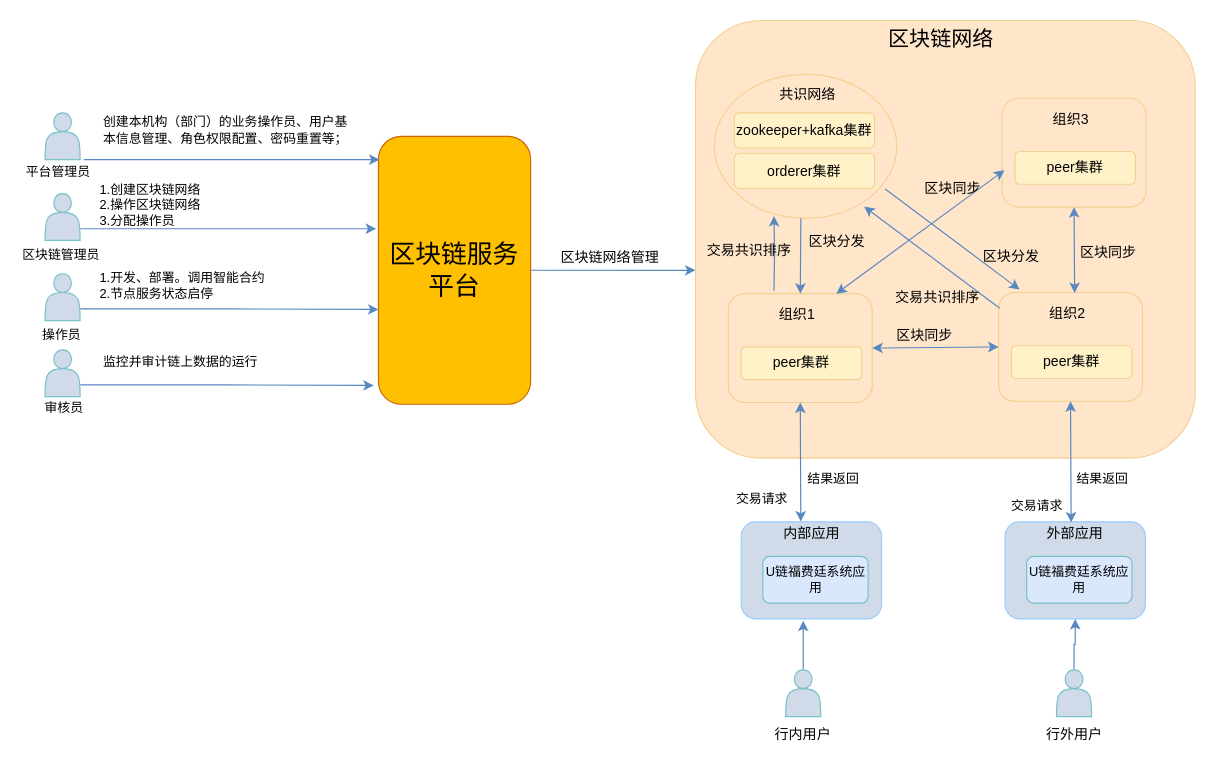
This is repository/drawio/postb/系统上下文.drawio from dilide/collections, a draw.io file, before an edit. Source tidied: cells renumbered, new cells numbered last; positions are measured from the earlier drawing's top-left corner, leaving out a move shared by most shapes. Both pictures are drawn from the tidied source at 117%, with x=0, y=0 at pixel (20, 20).
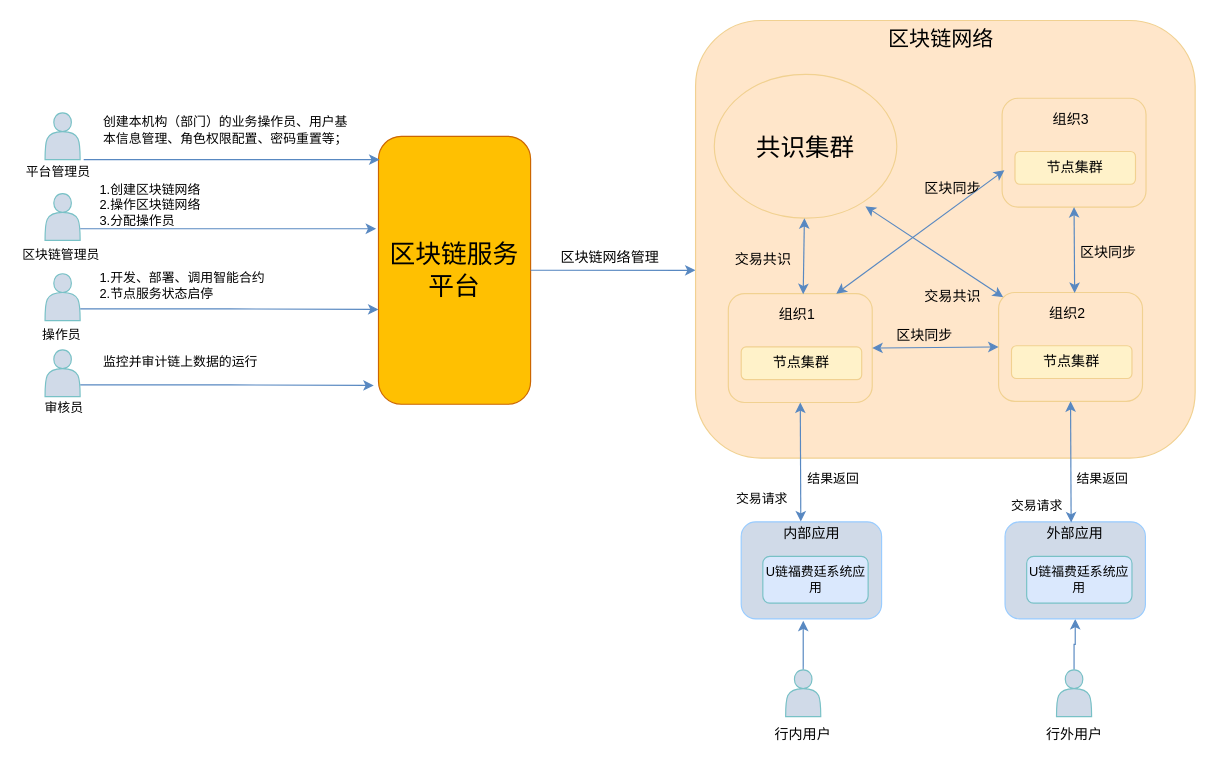
The same page after the edit.

Commit message (it also covers changes not shown here):
Update 系统上下文.drawio

Unchanged cells that the change refers to:
```xml
<mxCell id="2" style="group;" parent="1" vertex="1">
  <mxGeometry y="79" width="436" height="252.5" as="geometry" />
</mxCell>
<mxCell id="42" style="group;" parent="1" vertex="1">
  <mxGeometry x="605" y="233.5" width="123" height="93" as="geometry" />
</mxCell>
<mxCell id="43" style="rounded=1;whiteSpace=wrap;html=1;strokeColor=#F1D191;fillColor=none;fontSize=12;align=center;" parent="42" vertex="1">
  <mxGeometry width="123" height="93" as="geometry" />
</mxCell>
<mxCell id="46" style="group;" parent="1" vertex="1">
  <mxGeometry x="836" y="232.5" width="123" height="93" as="geometry" />
</mxCell>
<mxCell id="47" style="rounded=1;whiteSpace=wrap;html=1;strokeColor=#F1D191;fillColor=none;fontSize=12;align=center;" parent="46" vertex="1">
  <mxGeometry width="123" height="93" as="geometry" />
</mxCell>
<mxCell id="50" style="group;" parent="1" vertex="1">
  <mxGeometry x="839" y="66.5" width="123" height="93" as="geometry" />
</mxCell>
```

Change to the diagram source:
```diff
@@
-    <mxCell id="14" value="1.开发、部署。调用智能合约&lt;br&gt;2.节点服务状态启停" style="rounded=0;whiteSpace=wrap;html=1;fillColor=none;fontSize=11;align=left;strokeColor=none;" parent="2" vertex="1">
+    <mxCell id="14" value="1.开发、部署、调用智能合约&lt;br&gt;2.节点服务状态启停" style="rounded=0;whiteSpace=wrap;html=1;fillColor=none;fontSize=11;align=left;strokeColor=none;" parent="2" vertex="1">
       <mxGeometry x="66" y="128" width="150" height="40" as="geometry" />
     </mxCell>
@@
-    <mxCell id="45" value="peer集群" style="rounded=1;whiteSpace=wrap;html=1;fillColor=#FFF2C9;fontSize=12;align=center;strokeColor=#F1D191;" parent="42" vertex="1">
+    <mxCell id="45" value="节点集群" style="rounded=1;whiteSpace=wrap;html=1;fillColor=#FFF2C9;fontSize=12;align=center;strokeColor=#F1D191;" parent="42" vertex="1">
       <mxGeometry x="11" y="45.5" width="103" height="28" as="geometry" />
     </mxCell>
@@
-    <mxCell id="49" value="peer集群" style="rounded=1;whiteSpace=wrap;html=1;fillColor=#FFF2C9;fontSize=12;align=center;strokeColor=#F1D191;" parent="46" vertex="1">
+    <mxCell id="49" value="节点集群" style="rounded=1;whiteSpace=wrap;html=1;fillColor=#FFF2C9;fontSize=12;align=center;strokeColor=#F1D191;" parent="46" vertex="1">
       <mxGeometry x="11" y="45.5" width="103" height="28" as="geometry" />
     </mxCell>
@@
-    <mxCell id="53" value="peer集群" style="rounded=1;whiteSpace=wrap;html=1;fillColor=#FFF2C9;fontSize=12;align=center;strokeColor=#F1D191;" parent="50" vertex="1">
+    <mxCell id="53" value="节点集群" style="rounded=1;whiteSpace=wrap;html=1;fillColor=#FFF2C9;fontSize=12;align=center;strokeColor=#F1D191;" parent="50" vertex="1">
       <mxGeometry x="11" y="45.5" width="103" height="28" as="geometry" />
     </mxCell>
-    <mxCell id="54" style="group;" parent="1" vertex="1">
-      <mxGeometry x="593" y="46" width="156" height="123" as="geometry" />
-    </mxCell>
-    <mxCell id="55" style="ellipse;whiteSpace=wrap;html=1;rounded=1;strokeColor=#F1D191;fillColor=none;fontSize=12;align=center;" parent="54" vertex="1">
-      <mxGeometry width="156" height="123" as="geometry" />
-    </mxCell>
-    <mxCell id="56" value="共识网络" style="rounded=1;whiteSpace=wrap;html=1;strokeColor=none;fillColor=none;fontSize=12;align=center;" parent="54" vertex="1">
-      <mxGeometry x="34" y="6" width="92" height="24" as="geometry" />
-    </mxCell>
-    <mxCell id="57" value="zookeeper+kafka集群" style="rounded=1;whiteSpace=wrap;html=1;fillColor=#FFF2C9;fontSize=12;align=center;strokeColor=#F1D191;" parent="54" vertex="1">
-      <mxGeometry x="17" y="33" width="120" height="30" as="geometry" />
-    </mxCell>
-    <mxCell id="58" value="orderer集群" style="rounded=1;whiteSpace=wrap;html=1;fillColor=#FFF2C9;fontSize=12;align=center;strokeColor=#F1D191;" parent="54" vertex="1">
-      <mxGeometry x="17" y="67.5" width="120" height="30" as="geometry" />
-    </mxCell>
@@
-    <mxCell id="61" style="edgeStyle=orthogonalEdgeStyle;rounded=0;jettySize=auto;html=1;entryX=0.327;entryY=0.984;entryDx=0;entryDy=0;entryPerimeter=0;strokeColor=#5888C1;fontSize=12;" parent="1" edge="1" target="55">
-      <mxGeometry relative="1" as="geometry">
-        <mxPoint x="644" y="231" as="sourcePoint" />
-      </mxGeometry>
-    </mxCell>
-    <mxCell id="62" value="交易共识排序" style="text;html=1;align=left;verticalAlign=top;spacingTop=-4;fontSize=12;" parent="1" vertex="1">
-      <mxGeometry x="584.5" y="187" width="82" height="14" as="geometry" />
-    </mxCell>
-    <mxCell id="63" value="区块分发" style="text;html=1;align=left;verticalAlign=top;spacingTop=-4;fontSize=12;" parent="1" vertex="1">
-      <mxGeometry x="672" y="179" width="58" height="14" as="geometry" />
-    </mxCell>
@@
+    <mxCell id="55" value="共识集群" style="ellipse;whiteSpace=wrap;html=1;rounded=1;strokeColor=#F1D191;fillColor=none;fontSize=21;align=center;" parent="1" vertex="1">
+      <mxGeometry x="593" y="46" width="156" height="123" as="geometry" />
+    </mxCell>
+    <mxCell id="75" style="endArrow=classic;startArrow=classic;html=1;strokeColor=#5888C1;fontSize=21;" parent="1" edge="1" target="55">
+      <mxGeometry relative="1" as="geometry">
+        <mxPoint x="669" y="234" as="sourcePoint" />
+      </mxGeometry>
+    </mxCell>
+    <mxCell id="76" value="交易共识" style="text;html=1;align=left;verticalAlign=top;spacingTop=-4;fontSize=12;" parent="1" vertex="1">
+      <mxGeometry x="608.5" y="194.5" width="58" height="14" as="geometry" />
+    </mxCell>
-    <mxCell id="70" style="endArrow=classic;html=1;strokeColor=#5888C1;fontSize=12;entryX=0.821;entryY=0.919;entryDx=0;entryDy=0;entryPerimeter=0;exitX=0.008;exitY=0.145;exitDx=0;exitDy=0;exitPerimeter=0;" parent="1" edge="1" source="47" target="55">
+    <mxCell id="70" style="endArrow=classic;startArrow=classic;html=1;strokeColor=#5888C1;fontSize=12;entryX=0.828;entryY=0.917;entryDx=0;entryDy=0;entryPerimeter=0;exitX=0.032;exitY=0.043;exitDx=0;exitDy=0;exitPerimeter=0;" parent="1" edge="1" source="47" target="55">
       <mxGeometry relative="1" as="geometry" />
     </mxCell>
-    <mxCell id="71" value="交易共识排序" style="text;html=1;align=left;verticalAlign=top;spacingTop=-4;fontSize=12;" parent="1" vertex="1">
-      <mxGeometry x="746" y="226.5" width="82" height="14" as="geometry" />
-    </mxCell>
-    <mxCell id="72" style="endArrow=classic;html=1;strokeColor=#5888C1;fontSize=12;exitX=0.936;exitY=0.797;exitDx=0;exitDy=0;exitPerimeter=0;entryX=0.146;entryY=-0.027;entryDx=0;entryDy=0;entryPerimeter=0;" parent="1" edge="1" source="55" target="47">
-      <mxGeometry relative="1" as="geometry" />
-    </mxCell>
-    <mxCell id="73" value="区块分发" style="text;html=1;align=left;verticalAlign=top;spacingTop=-4;fontSize=12;" parent="1" vertex="1">
-      <mxGeometry x="821" y="192" width="58" height="14" as="geometry" />
-    </mxCell>
-    <mxCell id="74" style="endArrow=classic;html=1;strokeColor=#5888C1;fontSize=12;entryX=0.5;entryY=0;entryDx=0;entryDy=0;" parent="1" edge="1" target="43">
-      <mxGeometry relative="1" as="geometry">
-        <mxPoint x="667" y="169" as="sourcePoint" />
-      </mxGeometry>
-    </mxCell>
+    <mxCell id="77" value="交易共识" style="text;html=1;align=left;verticalAlign=top;spacingTop=-4;fontSize=12;" parent="1" vertex="1">
+      <mxGeometry x="770.5" y="225.5" width="58" height="14" as="geometry" />
+    </mxCell>
```
